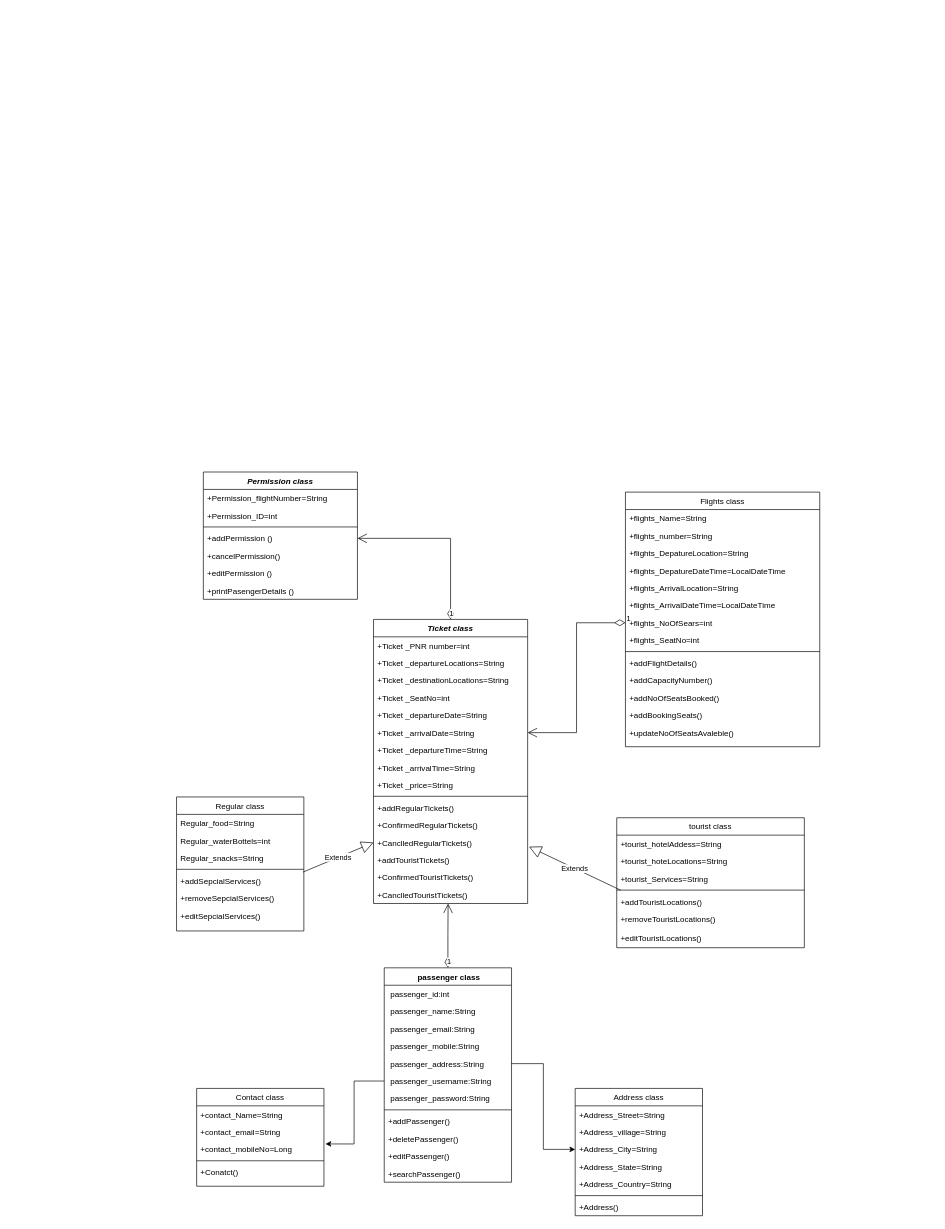
TARAJESHA/Flight-Reservation-System-Project keeps this draw.io diagram as Flight Reservation System/Flight Reservation System.drawio. Above is the earlier version. Source tidied: cells renumbered, new cells numbered last; positions are measured from the earlier drawing's top-left corner, leaving out a move shared by most shapes. Both pictures are drawn from the tidied source at 67%, with x=0, y=0 at pixel (176, 472).
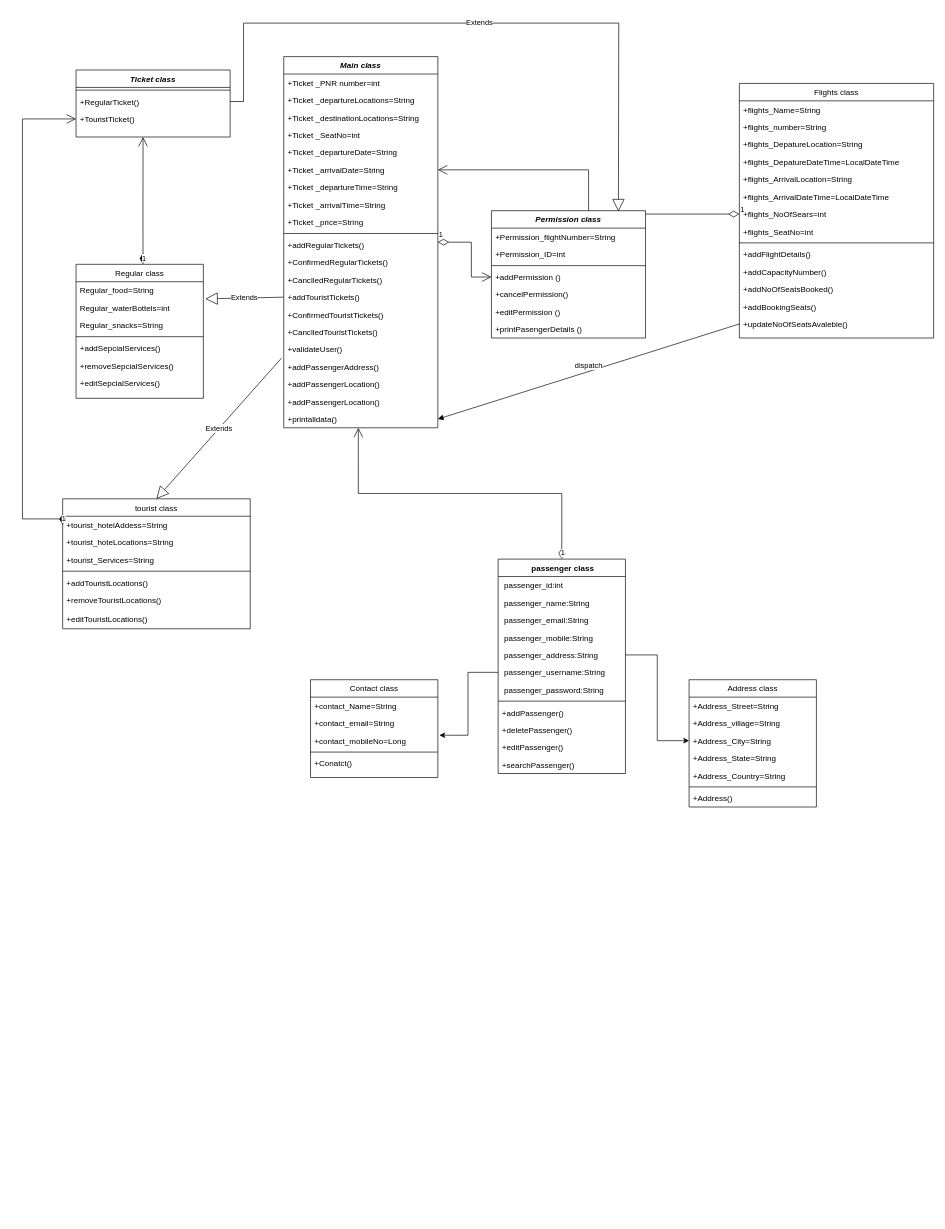
The same page after the edit.

Unchanged cells that the change refers to:
```xml
<mxCell id="15" value="+CanclledRegularTickets()" style="text;align=left;verticalAlign=top;spacingLeft=4;spacingRight=4;overflow=hidden;points=[[0,0.5],[1,0.5]];portConstraint=eastwest;fontStyle=0;" parent="2" vertex="1">
  <mxGeometry y="320" width="230" height="26" as="geometry" />
</mxCell>
<mxCell id="16" value="+addTouristTickets()" style="text;align=left;verticalAlign=top;spacingLeft=4;spacingRight=4;overflow=hidden;points=[[0,0.5],[1,0.5]];portConstraint=eastwest;" parent="2" vertex="1">
  <mxGeometry y="346" width="230" height="26" as="geometry" />
</mxCell>
<mxCell id="34" value="Regular_waterBottels=int" style="text;align=left;verticalAlign=top;spacingLeft=4;spacingRight=4;overflow=hidden;points=[[0,0.5],[1,0.5]];portConstraint=eastwest;rounded=0;shadow=0;html=0;" parent="32" vertex="1">
  <mxGeometry y="52" width="190" height="26" as="geometry" />
</mxCell>
<mxCell id="37" value="+addSepcialServices()" style="text;align=left;verticalAlign=top;spacingLeft=4;spacingRight=4;overflow=hidden;points=[[0,0.5],[1,0.5]];portConstraint=eastwest;" parent="32" vertex="1">
  <mxGeometry y="112" width="190" height="26" as="geometry" />
</mxCell>
<mxCell id="41" value="+tourist_hotelAddess=String" style="text;align=left;verticalAlign=top;spacingLeft=4;spacingRight=4;overflow=hidden;points=[[0,0.5],[1,0.5]];portConstraint=eastwest;rounded=0;shadow=0;html=0;" parent="40" vertex="1">
  <mxGeometry y="26" width="280" height="26" as="geometry" />
</mxCell>
<mxCell id="45" value="+addTouristLocations()" style="text;align=left;verticalAlign=top;spacingLeft=4;spacingRight=4;overflow=hidden;points=[[0,0.5],[1,0.5]];portConstraint=eastwest;" parent="40" vertex="1">
  <mxGeometry y="112" width="280" height="26" as="geometry" />
</mxCell>
<mxCell id="62" value="+updateNoOfSeatsAvaleble()" style="text;align=left;verticalAlign=top;spacingLeft=4;spacingRight=4;overflow=hidden;points=[[0,0.5],[1,0.5]];portConstraint=eastwest;" parent="48" vertex="1">
  <mxGeometry y="346" width="290" height="26" as="geometry" />
</mxCell>
<mxCell id="87" value="+addPermission ()" style="text;align=left;verticalAlign=top;spacingLeft=4;spacingRight=4;overflow=hidden;points=[[0,0.5],[1,0.5]];portConstraint=eastwest;fontStyle=0;" parent="83" vertex="1">
  <mxGeometry y="86" width="230" height="26" as="geometry" />
</mxCell>
```

Change to the diagram source:
```diff
@@
-    <mxCell id="2" value="Ticket class" style="swimlane;fontStyle=3;align=center;verticalAlign=top;horizontal=1;startSize=26;rounded=0;shadow=0;strokeWidth=1;" parent="1" vertex="1">
-      <mxGeometry x="294" y="220" width="230" height="424" as="geometry" />
+    <mxCell id="2" value="Main class" style="swimlane;fontStyle=3;align=center;verticalAlign=top;horizontal=1;startSize=26;rounded=0;shadow=0;strokeWidth=1;" parent="1" vertex="1">
+      <mxGeometry x="160" y="-620" width="230" height="554" as="geometry" />
     </mxCell>
@@
+    <mxCell id="92" value="+CanclledTouristTickets()" style="text;align=left;verticalAlign=top;spacingLeft=4;spacingRight=4;overflow=hidden;" parent="2" vertex="1">
+      <mxGeometry y="398" width="230" height="26" as="geometry" />
+    </mxCell>
+    <mxCell id="93" value="+validateUser()" style="text;align=left;verticalAlign=top;spacingLeft=4;spacingRight=4;overflow=hidden;" parent="2" vertex="1">
+      <mxGeometry y="424" width="230" height="26" as="geometry" />
+    </mxCell>
+    <mxCell id="94" value="+addPassengerAddress()" style="text;align=left;verticalAlign=top;spacingLeft=4;spacingRight=4;overflow=hidden;points=[[0,0.5],[1,0.5]];portConstraint=eastwest;" parent="2" vertex="1">
+      <mxGeometry y="450" width="230" height="26" as="geometry" />
+    </mxCell>
+    <mxCell id="95" value="+addPassengerLocation()" style="text;align=left;verticalAlign=top;spacingLeft=4;spacingRight=4;overflow=hidden;" parent="2" vertex="1">
+      <mxGeometry y="476" width="230" height="26" as="geometry" />
+    </mxCell>
+    <mxCell id="96" value="+addPassengerLocation()" style="text;align=left;verticalAlign=top;spacingLeft=4;spacingRight=4;overflow=hidden;" parent="2" vertex="1">
+      <mxGeometry y="502" width="230" height="26" as="geometry" />
+    </mxCell>
-    <mxCell id="18" value="+CanclledTouristTickets()" style="text;align=left;verticalAlign=top;spacingLeft=4;spacingRight=4;overflow=hidden;points=[[0,0.5],[1,0.5]];portConstraint=eastwest;" parent="2" vertex="1">
-      <mxGeometry y="398" width="230" height="26" as="geometry" />
+    <mxCell id="18" value="+printalldata()" style="text;align=left;verticalAlign=top;spacingLeft=4;spacingRight=4;overflow=hidden;points=[[0,0.5],[1,0.5]];portConstraint=eastwest;" parent="2" vertex="1">
+      <mxGeometry y="528" width="230" height="26" as="geometry" />
     </mxCell>
     <mxCell id="19" value=" passenger class" style="swimlane;fontStyle=1;align=center;verticalAlign=top;horizontal=1;startSize=26;rounded=0;shadow=0;strokeWidth=1;" parent="1" vertex="1">
-      <mxGeometry x="310" y="740" width="190" height="320" as="geometry" />
+      <mxGeometry x="480" y="130" width="190" height="320" as="geometry" />
     </mxCell>
@@
     <mxCell id="32" value="Regular class" style="swimlane;fontStyle=0;align=center;verticalAlign=top;horizontal=1;startSize=26;rounded=0;shadow=0;strokeWidth=1;" parent="1" vertex="1">
-      <mxGeometry y="485" width="190" height="200" as="geometry" />
+      <mxGeometry x="-150" y="-310" width="190" height="200" as="geometry" />
     </mxCell>
@@
     <mxCell id="40" value="tourist class" style="swimlane;fontStyle=0;align=center;verticalAlign=top;horizontal=1;startSize=26;rounded=0;shadow=0;strokeWidth=1;" parent="1" vertex="1">
-      <mxGeometry x="657" y="516" width="280" height="194" as="geometry" />
+      <mxGeometry x="-170" y="40" width="280" height="194" as="geometry" />
     </mxCell>
@@
     <mxCell id="48" value="Flights class" style="swimlane;fontStyle=0;align=center;verticalAlign=top;horizontal=1;startSize=26;rounded=0;shadow=0;strokeWidth=1;" parent="1" vertex="1">
-      <mxGeometry x="670" y="30" width="290" height="380" as="geometry" />
+      <mxGeometry x="840" y="-580" width="290" height="380" as="geometry" />
     </mxCell>
@@
     <mxCell id="63" value="Contact class" style="swimlane;fontStyle=0;align=center;verticalAlign=top;horizontal=1;startSize=26;rounded=0;shadow=0;strokeWidth=1;" parent="1" vertex="1">
-      <mxGeometry x="30" y="920" width="190" height="146" as="geometry" />
+      <mxGeometry x="200" y="310" width="190" height="146" as="geometry" />
     </mxCell>
@@
     <mxCell id="69" value="Address class" style="swimlane;fontStyle=0;align=center;verticalAlign=top;horizontal=1;startSize=26;rounded=0;shadow=0;strokeWidth=1;" parent="1" vertex="1">
-      <mxGeometry x="595" y="920" width="190" height="190" as="geometry" />
+      <mxGeometry x="765" y="310" width="190" height="190" as="geometry" />
     </mxCell>
@@
-    <mxCell id="79" value="Extends" style="endArrow=block;endSize=16;endFill=0;html=1;rounded=0;exitX=0.994;exitY=0.004;exitDx=0;exitDy=0;exitPerimeter=0;entryX=0;entryY=0.5;entryDx=0;entryDy=0;" parent="1" edge="1" source="37" target="15">
-      <mxGeometry relative="1" as="geometry" />
-    </mxCell>
-    <mxCell id="80" value="Extends" style="endArrow=block;endSize=16;endFill=0;html=1;rounded=0;exitX=0.021;exitY=-0.148;exitDx=0;exitDy=0;exitPerimeter=0;entryX=1.009;entryY=0.74;entryDx=0;entryDy=0;entryPerimeter=0;" parent="1" edge="1" source="45" target="15">
+    <mxCell id="80" value="Extends" style="endArrow=block;endSize=16;endFill=0;html=1;rounded=0;entryX=0.5;entryY=0;entryDx=0;entryDy=0;exitX=-0.014;exitY=-0.005;exitDx=0;exitDy=0;exitPerimeter=0;" parent="1" edge="1" source="94" target="40">
       <mxGeometry relative="1" as="geometry" />
     </mxCell>
@@
     <mxCell id="83" value="Permission class" style="swimlane;fontStyle=3;align=center;verticalAlign=top;horizontal=1;startSize=26;rounded=0;shadow=0;strokeWidth=1;" parent="1" vertex="1">
-      <mxGeometry x="40" width="230" height="190" as="geometry" />
+      <mxGeometry x="470" y="-390" width="230" height="190" as="geometry" />
     </mxCell>
@@
-    <mxCell id="91" value="1" style="endArrow=open;html=1;endSize=12;startArrow=diamondThin;startSize=14;startFill=0;edgeStyle=orthogonalEdgeStyle;align=left;verticalAlign=bottom;rounded=0;entryX=1;entryY=0.5;entryDx=0;entryDy=0;" parent="1" edge="1" source="2" target="87">
-      <mxGeometry x="-1" y="3" relative="1" as="geometry" />
+    <mxCell id="91" value="1" style="endArrow=open;html=1;endSize=12;startArrow=diamondThin;startSize=14;startFill=0;edgeStyle=orthogonalEdgeStyle;align=left;verticalAlign=bottom;rounded=0;entryX=0;entryY=0.5;entryDx=0;entryDy=0;" parent="1" edge="1" source="2" target="87">
+      <mxGeometry x="-1" y="3" relative="1" as="geometry">
+        <Array as="points">
+          <mxPoint x="440" y="-343" />
+          <mxPoint x="440" y="-291" />
+        </Array>
+      </mxGeometry>
     </mxCell>
+    <mxCell id="79" value="Extends" style="endArrow=block;endSize=16;endFill=0;html=1;rounded=0;exitX=0;exitY=0.5;exitDx=0;exitDy=0;entryX=1.015;entryY=-0.017;entryDx=0;entryDy=0;entryPerimeter=0;" parent="1" edge="1" source="16" target="34">
+      <mxGeometry relative="1" as="geometry" />
+    </mxCell>
+    <mxCell id="97" value="Ticket class" style="swimlane;fontStyle=3;align=center;verticalAlign=top;horizontal=1;startSize=26;rounded=0;shadow=0;strokeWidth=1;" parent="1" vertex="1">
+      <mxGeometry x="-150" y="-600" width="230" height="100" as="geometry" />
+    </mxCell>
+    <mxCell id="98" style="line;html=1;strokeWidth=1;align=left;verticalAlign=middle;spacingTop=-1;spacingLeft=3;spacingRight=3;labelPosition=right;" parent="97" vertex="1">
+      <mxGeometry y="26" width="230" height="8" as="geometry" />
+    </mxCell>
+    <mxCell id="99" value="+RegularTicket()" style="text;align=left;verticalAlign=top;spacingLeft=4;spacingRight=4;overflow=hidden;points=[[0,0.5],[1,0.5]];portConstraint=eastwest;fontStyle=0;" parent="97" vertex="1">
+      <mxGeometry y="34" width="230" height="26" as="geometry" />
+    </mxCell>
+    <mxCell id="100" value="+TouristTicket()" style="text;align=left;verticalAlign=top;spacingLeft=4;spacingRight=4;overflow=hidden;points=[[0,0.5],[1,0.5]];portConstraint=eastwest;fontStyle=0;" parent="97" vertex="1">
+      <mxGeometry y="60" width="230" height="26" as="geometry" />
+    </mxCell>
+    <mxCell id="101" value="1" style="endArrow=open;html=1;endSize=12;startArrow=diamondThin;startSize=14;startFill=1;edgeStyle=orthogonalEdgeStyle;align=left;verticalAlign=bottom;rounded=0;exitX=0.526;exitY=-0.001;exitDx=0;exitDy=0;exitPerimeter=0;" parent="1" edge="1" source="32">
+      <mxGeometry x="-1" y="3" relative="1" as="geometry">
+        <mxPoint x="-50" y="-500" as="targetPoint" />
+      </mxGeometry>
+    </mxCell>
+    <mxCell id="102" value="1" style="endArrow=open;html=1;endSize=12;startArrow=diamondThin;startSize=14;startFill=1;edgeStyle=orthogonalEdgeStyle;align=left;verticalAlign=bottom;rounded=0;exitX=0;exitY=0.5;exitDx=0;exitDy=0;entryX=0;entryY=0.5;entryDx=0;entryDy=0;" parent="1" edge="1" source="41" target="100">
+      <mxGeometry x="-1" y="3" relative="1" as="geometry">
+        <Array as="points">
+          <mxPoint x="-170" y="70" />
+          <mxPoint x="-230" y="70" />
+          <mxPoint x="-230" y="-527" />
+        </Array>
+      </mxGeometry>
+    </mxCell>
+    <mxCell id="103" value="Extends" style="endArrow=block;endSize=16;endFill=0;html=1;rounded=0;exitX=1;exitY=0.5;exitDx=0;exitDy=0;entryX=0.824;entryY=0.006;entryDx=0;entryDy=0;entryPerimeter=0;" parent="1" edge="1" source="99" target="83">
+      <mxGeometry relative="1" as="geometry">
+        <Array as="points">
+          <mxPoint x="100" y="-553" />
+          <mxPoint x="100" y="-670" />
+          <mxPoint x="660" y="-670" />
+        </Array>
+      </mxGeometry>
+    </mxCell>
+    <mxCell id="104" value="dispatch" style="html=1;verticalAlign=bottom;endArrow=block;rounded=0;exitX=0;exitY=0.5;exitDx=0;exitDy=0;entryX=1;entryY=0.5;entryDx=0;entryDy=0;" parent="1" edge="1" source="62" target="18">
+      <mxGeometry relative="1" as="geometry" />
+    </mxCell>
```
